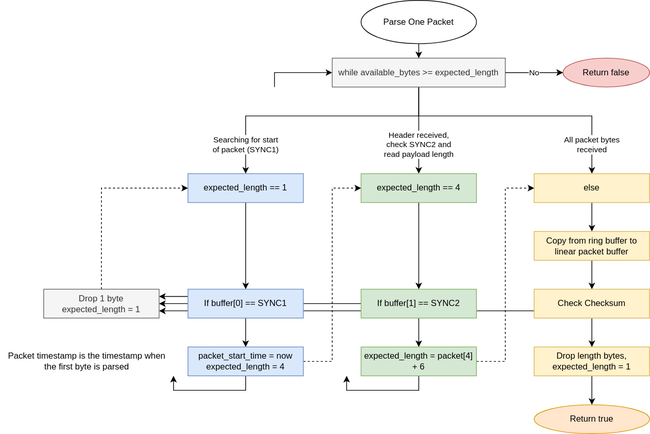
The draw.io diagram docs/parse_one_packet.svg in LORD-MicroStrain/mip_sdk, before a commit. Source tidied: cells renumbered, new cells last; positions are measured from the earlier drawing's top-left corner, leaving out a move shared by most shapes.
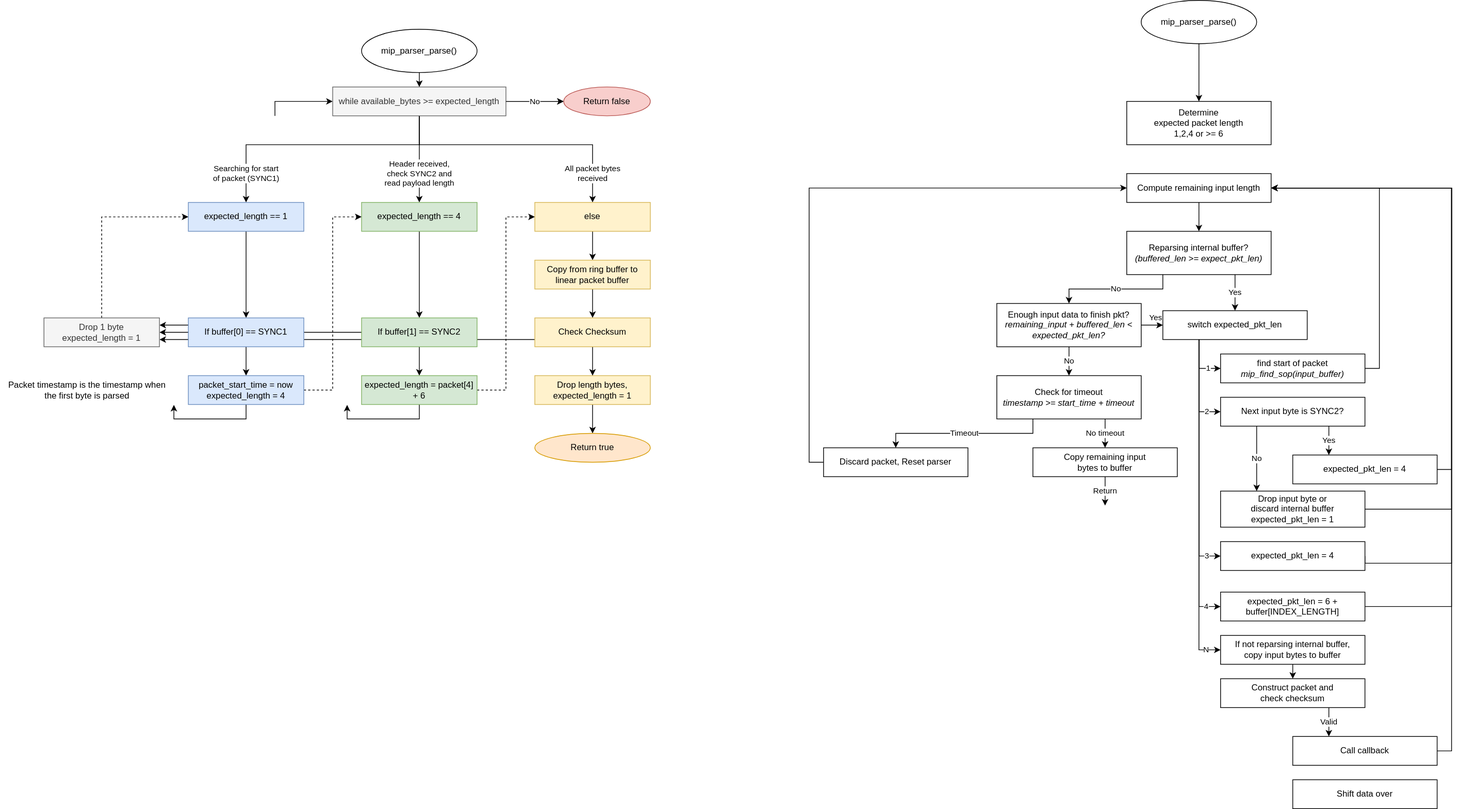
The same diagram one commit later.

The edit, as a diff of the source:
```diff
@@ -11,7 +11,7 @@
     <mxCell id="4" style="edgeStyle=orthogonalEdgeStyle;rounded=0;jettySize=auto;html=1;exitX=0.5;exitY=1;exitDx=0;exitDy=0;entryX=0.5;entryY=0;entryDx=0;entryDy=0;" parent="1" edge="1" source="5" target="11">
       <mxGeometry relative="1" as="geometry" />
     </mxCell>
-    <mxCell id="5" value="Parse One Packet" style="ellipse;whiteSpace=wrap;html=1;" parent="1" vertex="1">
+    <mxCell id="5" value="mip_parser_parse()" style="ellipse;whiteSpace=wrap;html=1;" parent="1" vertex="1">
       <mxGeometry x="500" width="160" height="60" as="geometry" />
     </mxCell>
     <mxCell id="6" value="No" style="edgeStyle=orthogonalEdgeStyle;rounded=0;jettySize=auto;html=1;exitX=1;exitY=0.5;exitDx=0;exitDy=0;entryX=0;entryY=0.5;entryDx=0;entryDy=0;" parent="1" edge="1" source="11" target="37">
@@ -143,5 +143,154 @@
         </Array>
       </mxGeometry>
     </mxCell>
+    <mxCell id="41" style="edgeStyle=orthogonalEdgeStyle;rounded=0;jettySize=auto;html=1;" parent="1" edge="1" source="42" target="43">
+      <mxGeometry relative="1" as="geometry" />
+    </mxCell>
+    <mxCell id="42" value="mip_parser_parse()" style="ellipse;whiteSpace=wrap;html=1;" parent="1" vertex="1">
+      <mxGeometry x="1580" y="-40" width="160" height="60" as="geometry" />
+    </mxCell>
+    <mxCell id="43" value="&lt;div&gt;Determine&lt;/div&gt;&lt;div&gt;expected packet length&lt;/div&gt;&lt;div&gt;1,2,4 or &amp;gt;= 6&lt;br&gt;&lt;/div&gt;" style="whiteSpace=wrap;html=1;" parent="1" vertex="1">
+      <mxGeometry x="1560" y="100" width="200" height="60" as="geometry" />
+    </mxCell>
+    <mxCell id="44" style="edgeStyle=orthogonalEdgeStyle;rounded=0;jettySize=auto;html=1;exitX=0.5;exitY=1;exitDx=0;exitDy=0;entryX=0.5;entryY=0;entryDx=0;entryDy=0;" parent="1" edge="1" source="45" target="48">
+      <mxGeometry relative="1" as="geometry" />
+    </mxCell>
+    <mxCell id="45" value="Compute remaining input length" style="whiteSpace=wrap;html=1;" parent="1" vertex="1">
+      <mxGeometry x="1560" y="200" width="200" height="40" as="geometry" />
+    </mxCell>
+    <mxCell id="46" value="No" style="edgeStyle=orthogonalEdgeStyle;rounded=0;jettySize=auto;html=1;exitX=0.25;exitY=1;exitDx=0;exitDy=0;entryX=0.5;entryY=0;entryDx=0;entryDy=0;" parent="1" edge="1" source="48" target="51">
+      <mxGeometry relative="1" as="geometry" />
+    </mxCell>
+    <mxCell id="47" value="Yes" style="edgeStyle=orthogonalEdgeStyle;rounded=0;jettySize=auto;html=1;exitX=0.75;exitY=1;exitDx=0;exitDy=0;entryX=0.5;entryY=0;entryDx=0;entryDy=0;" parent="1" edge="1" source="48" target="64">
+      <mxGeometry relative="1" as="geometry" />
+    </mxCell>
+    <mxCell id="48" value="Reparsing internal buffer?&lt;br&gt;&lt;i&gt;(buffered_len &amp;gt;= expect_pkt_len)&lt;/i&gt;" style="whiteSpace=wrap;html=1;" parent="1" vertex="1">
+      <mxGeometry x="1560" y="280" width="200" height="60" as="geometry" />
+    </mxCell>
+    <mxCell id="49" value="No" style="edgeStyle=orthogonalEdgeStyle;rounded=0;jettySize=auto;html=1;exitX=0.5;exitY=1;exitDx=0;exitDy=0;entryX=0.5;entryY=0;entryDx=0;entryDy=0;" parent="1" edge="1" source="51" target="54">
+      <mxGeometry relative="1" as="geometry" />
+    </mxCell>
+    <mxCell id="50" value="Yes" style="edgeStyle=orthogonalEdgeStyle;rounded=0;jettySize=auto;html=1;exitX=1;exitY=0.5;exitDx=0;exitDy=0;entryX=0;entryY=0.5;entryDx=0;entryDy=0;" parent="1" edge="1" source="51" target="64">
+      <mxGeometry x="0.33" y="10" relative="1" as="geometry" />
+    </mxCell>
+    <mxCell id="51" value="&lt;div&gt;Enough input data to finish pkt?&lt;br&gt;&lt;/div&gt;&lt;div&gt;&lt;i&gt;remaining_input + buffered_len &amp;lt; expected_pkt_len?&lt;/i&gt;&lt;/div&gt;" style="whiteSpace=wrap;html=1;" parent="1" vertex="1">
+      <mxGeometry x="1380" y="380" width="200" height="60" as="geometry" />
+    </mxCell>
+    <mxCell id="52" value="Timeout" style="edgeStyle=orthogonalEdgeStyle;rounded=0;jettySize=auto;html=1;exitX=0.25;exitY=1;exitDx=0;exitDy=0;entryX=0.5;entryY=0;entryDx=0;entryDy=0;" parent="1" edge="1" source="54" target="56">
+      <mxGeometry relative="1" as="geometry" />
+    </mxCell>
+    <mxCell id="53" value="No timeout" style="edgeStyle=orthogonalEdgeStyle;rounded=0;jettySize=auto;html=1;exitX=0.75;exitY=1;exitDx=0;exitDy=0;entryX=0.5;entryY=0;entryDx=0;entryDy=0;" parent="1" edge="1" source="54" target="58">
+      <mxGeometry relative="1" as="geometry" />
+    </mxCell>
+    <mxCell id="54" value="&lt;div&gt;Check for timeout&lt;/div&gt;&lt;div&gt;&lt;i&gt;timestamp &amp;gt;= start_time + timeout&lt;/i&gt;&lt;br&gt;&lt;/div&gt;" style="whiteSpace=wrap;html=1;" parent="1" vertex="1">
+      <mxGeometry x="1380" y="480" width="200" height="60" as="geometry" />
+    </mxCell>
+    <mxCell id="55" style="edgeStyle=orthogonalEdgeStyle;rounded=0;jettySize=auto;html=1;exitX=0;exitY=0.5;exitDx=0;exitDy=0;entryX=0;entryY=0.5;entryDx=0;entryDy=0;" parent="1" edge="1" source="56" target="45">
+      <mxGeometry relative="1" as="geometry" />
+    </mxCell>
+    <mxCell id="56" value="Discard packet, Reset parser" style="whiteSpace=wrap;html=1;" parent="1" vertex="1">
+      <mxGeometry x="1140" y="580" width="200" height="40" as="geometry" />
+    </mxCell>
+    <mxCell id="57" value="Return" style="edgeStyle=orthogonalEdgeStyle;rounded=0;jettySize=auto;html=1;exitX=0.5;exitY=1;exitDx=0;exitDy=0;" parent="1" edge="1" source="58">
+      <mxGeometry relative="1" as="geometry">
+        <mxPoint x="1530" y="660" as="targetPoint" />
+      </mxGeometry>
+    </mxCell>
+    <mxCell id="58" value="&lt;div&gt;Copy remaining input&lt;/div&gt;&lt;div&gt;bytes to buffer&lt;/div&gt;" style="whiteSpace=wrap;html=1;" parent="1" vertex="1">
+      <mxGeometry x="1430" y="580" width="200" height="40" as="geometry" />
+    </mxCell>
+    <mxCell id="59" value="1" style="edgeStyle=orthogonalEdgeStyle;rounded=0;jettySize=auto;html=1;exitX=0.25;exitY=1;exitDx=0;exitDy=0;entryX=0;entryY=0.5;entryDx=0;entryDy=0;" parent="1" edge="1" source="64" target="66">
+      <mxGeometry x="0.5" relative="1" as="geometry" />
+    </mxCell>
+    <mxCell id="60" value="2" style="edgeStyle=orthogonalEdgeStyle;rounded=0;jettySize=auto;html=1;exitX=0.25;exitY=1;exitDx=0;exitDy=0;entryX=0;entryY=0.5;entryDx=0;entryDy=0;" parent="1" edge="1" source="64" target="69">
+      <mxGeometry x="0.71" relative="1" as="geometry" />
+    </mxCell>
+    <mxCell id="61" value="3" style="edgeStyle=orthogonalEdgeStyle;rounded=0;jettySize=auto;html=1;exitX=0.25;exitY=1;exitDx=0;exitDy=0;entryX=0;entryY=0.5;entryDx=0;entryDy=0;" parent="1" edge="1" source="64" target="75">
+      <mxGeometry x="0.88" relative="1" as="geometry" />
+    </mxCell>
+    <mxCell id="62" value="4" style="edgeStyle=orthogonalEdgeStyle;rounded=0;jettySize=auto;html=1;exitX=0.25;exitY=1;exitDx=0;exitDy=0;entryX=0;entryY=0.5;entryDx=0;entryDy=0;" parent="1" edge="1" source="64" target="77">
+      <mxGeometry x="0.9" relative="1" as="geometry" />
+    </mxCell>
+    <mxCell id="63" value="N" style="edgeStyle=orthogonalEdgeStyle;rounded=0;jettySize=auto;html=1;exitX=0.25;exitY=1;exitDx=0;exitDy=0;entryX=0;entryY=0.5;entryDx=0;entryDy=0;" parent="1" edge="1" source="64" target="79">
+      <mxGeometry x="0.91" relative="1" as="geometry" />
+    </mxCell>
+    <mxCell id="64" value="switch expected_pkt_len" style="whiteSpace=wrap;html=1;" parent="1" vertex="1">
+      <mxGeometry x="1610" y="390" width="200" height="40" as="geometry" />
+    </mxCell>
+    <mxCell id="65" style="edgeStyle=orthogonalEdgeStyle;rounded=0;jettySize=auto;html=1;exitX=1;exitY=0.5;exitDx=0;exitDy=0;entryX=1;entryY=0.5;entryDx=0;entryDy=0;" parent="1" edge="1" source="66" target="45">
+      <mxGeometry relative="1" as="geometry" />
+    </mxCell>
+    <mxCell id="66" value="&lt;div&gt;find start of packet&lt;/div&gt;&lt;div&gt;&lt;i&gt;mip_find_sop(input_buffer)&lt;/i&gt;&lt;br&gt;&lt;/div&gt;" style="whiteSpace=wrap;html=1;" parent="1" vertex="1">
+      <mxGeometry x="1690" y="450" width="200" height="40" as="geometry" />
+    </mxCell>
+    <mxCell id="67" value="Yes" style="edgeStyle=orthogonalEdgeStyle;rounded=0;jettySize=auto;html=1;exitX=0.75;exitY=1;exitDx=0;exitDy=0;entryX=0.25;entryY=0;entryDx=0;entryDy=0;" parent="1" edge="1" source="69" target="71">
+      <mxGeometry relative="1" as="geometry" />
+    </mxCell>
+    <mxCell id="68" value="No" style="edgeStyle=orthogonalEdgeStyle;rounded=0;jettySize=auto;html=1;exitX=0.25;exitY=1;exitDx=0;exitDy=0;entryX=0.25;entryY=0;entryDx=0;entryDy=0;" parent="1" edge="1" source="69" target="73">
+      <mxGeometry relative="1" as="geometry" />
+    </mxCell>
+    <mxCell id="69" value="Next input byte is SYNC2?" style="whiteSpace=wrap;html=1;" parent="1" vertex="1">
+      <mxGeometry x="1690" y="510" width="200" height="40" as="geometry" />
+    </mxCell>
+    <mxCell id="70" style="edgeStyle=orthogonalEdgeStyle;rounded=0;jettySize=auto;html=1;exitX=1;exitY=0.5;exitDx=0;exitDy=0;entryX=1;entryY=0.5;entryDx=0;entryDy=0;" parent="1" edge="1" source="71" target="45">
+      <mxGeometry relative="1" as="geometry" />
+    </mxCell>
+    <mxCell id="71" value="expected_pkt_len = 4" style="whiteSpace=wrap;html=1;" parent="1" vertex="1">
+      <mxGeometry x="1790" y="590" width="200" height="40" as="geometry" />
+    </mxCell>
+    <mxCell id="72" style="edgeStyle=orthogonalEdgeStyle;rounded=0;jettySize=auto;html=1;exitX=1;exitY=0.5;exitDx=0;exitDy=0;entryX=1;entryY=0.5;entryDx=0;entryDy=0;" parent="1" edge="1" source="73" target="45">
+      <mxGeometry relative="1" as="geometry">
+        <Array as="points">
+          <mxPoint x="2010" y="665" />
+          <mxPoint x="2010" y="220" />
+        </Array>
+      </mxGeometry>
+    </mxCell>
+    <mxCell id="73" value="&lt;div&gt;Drop input byte or&lt;/div&gt;&lt;div&gt;discard internal buffer&lt;/div&gt;&lt;div&gt;expected_pkt_len = 1&lt;br&gt;&lt;/div&gt;" style="whiteSpace=wrap;html=1;" parent="1" vertex="1">
+      <mxGeometry x="1690" y="640" width="200" height="50" as="geometry" />
+    </mxCell>
+    <mxCell id="74" style="edgeStyle=orthogonalEdgeStyle;rounded=0;jettySize=auto;html=1;exitX=1;exitY=0.5;exitDx=0;exitDy=0;entryX=1;entryY=0.5;entryDx=0;entryDy=0;" parent="1" edge="1" source="75" target="45">
+      <mxGeometry relative="1" as="geometry">
+        <Array as="points">
+          <mxPoint x="2010" y="740" />
+          <mxPoint x="2010" y="220" />
+        </Array>
+      </mxGeometry>
+    </mxCell>
+    <mxCell id="75" value="expected_pkt_len = 4" style="whiteSpace=wrap;html=1;" parent="1" vertex="1">
+      <mxGeometry x="1690" y="710" width="200" height="40" as="geometry" />
+    </mxCell>
+    <mxCell id="76" style="edgeStyle=orthogonalEdgeStyle;rounded=0;jettySize=auto;html=1;exitX=1;exitY=0.5;exitDx=0;exitDy=0;entryX=1;entryY=0.5;entryDx=0;entryDy=0;" parent="1" edge="1" source="77" target="45">
+      <mxGeometry relative="1" as="geometry">
+        <Array as="points">
+          <mxPoint x="2010" y="800" />
+          <mxPoint x="2010" y="220" />
+        </Array>
+      </mxGeometry>
+    </mxCell>
+    <mxCell id="77" value="expected_pkt_len = 6 + buffer[INDEX_LENGTH]" style="whiteSpace=wrap;html=1;" parent="1" vertex="1">
+      <mxGeometry x="1690" y="780" width="200" height="40" as="geometry" />
+    </mxCell>
+    <mxCell id="78" style="edgeStyle=orthogonalEdgeStyle;rounded=0;jettySize=auto;html=1;exitX=0.5;exitY=1;exitDx=0;exitDy=0;entryX=0.5;entryY=0;entryDx=0;entryDy=0;" parent="1" edge="1" source="79" target="81">
+      <mxGeometry relative="1" as="geometry" />
+    </mxCell>
+    <mxCell id="79" value="&lt;div&gt;If not reparsing internal buffer,&lt;/div&gt;&lt;div&gt;copy input bytes to buffer&lt;br&gt;&lt;/div&gt;" style="whiteSpace=wrap;html=1;" parent="1" vertex="1">
+      <mxGeometry x="1690" y="840" width="200" height="40" as="geometry" />
+    </mxCell>
+    <mxCell id="80" value="Valid" style="edgeStyle=orthogonalEdgeStyle;rounded=0;jettySize=auto;html=1;exitX=0.75;exitY=1;exitDx=0;exitDy=0;entryX=0.25;entryY=0;entryDx=0;entryDy=0;" parent="1" edge="1" source="81" target="83">
+      <mxGeometry relative="1" as="geometry" />
+    </mxCell>
+    <mxCell id="81" value="&lt;div&gt;Construct packet and&lt;/div&gt;&lt;div&gt;check checksum&lt;/div&gt;" style="whiteSpace=wrap;html=1;" parent="1" vertex="1">
+      <mxGeometry x="1690" y="900" width="200" height="40" as="geometry" />
+    </mxCell>
+    <mxCell id="82" style="edgeStyle=orthogonalEdgeStyle;rounded=0;jettySize=auto;html=1;exitX=1;exitY=0.5;exitDx=0;exitDy=0;entryX=1;entryY=0.5;entryDx=0;entryDy=0;" parent="1" edge="1" source="83" target="45">
+      <mxGeometry relative="1" as="geometry" />
+    </mxCell>
+    <mxCell id="83" value="Call callback" style="whiteSpace=wrap;html=1;" parent="1" vertex="1">
+      <mxGeometry x="1790" y="980" width="200" height="40" as="geometry" />
+    </mxCell>
+    <mxCell id="84" value="Shift data over" style="whiteSpace=wrap;html=1;" parent="1" vertex="1">
+      <mxGeometry x="1790" y="1040" width="200" height="40" as="geometry" />
+    </mxCell>
   </root>
 </mxGraphModel>
```
